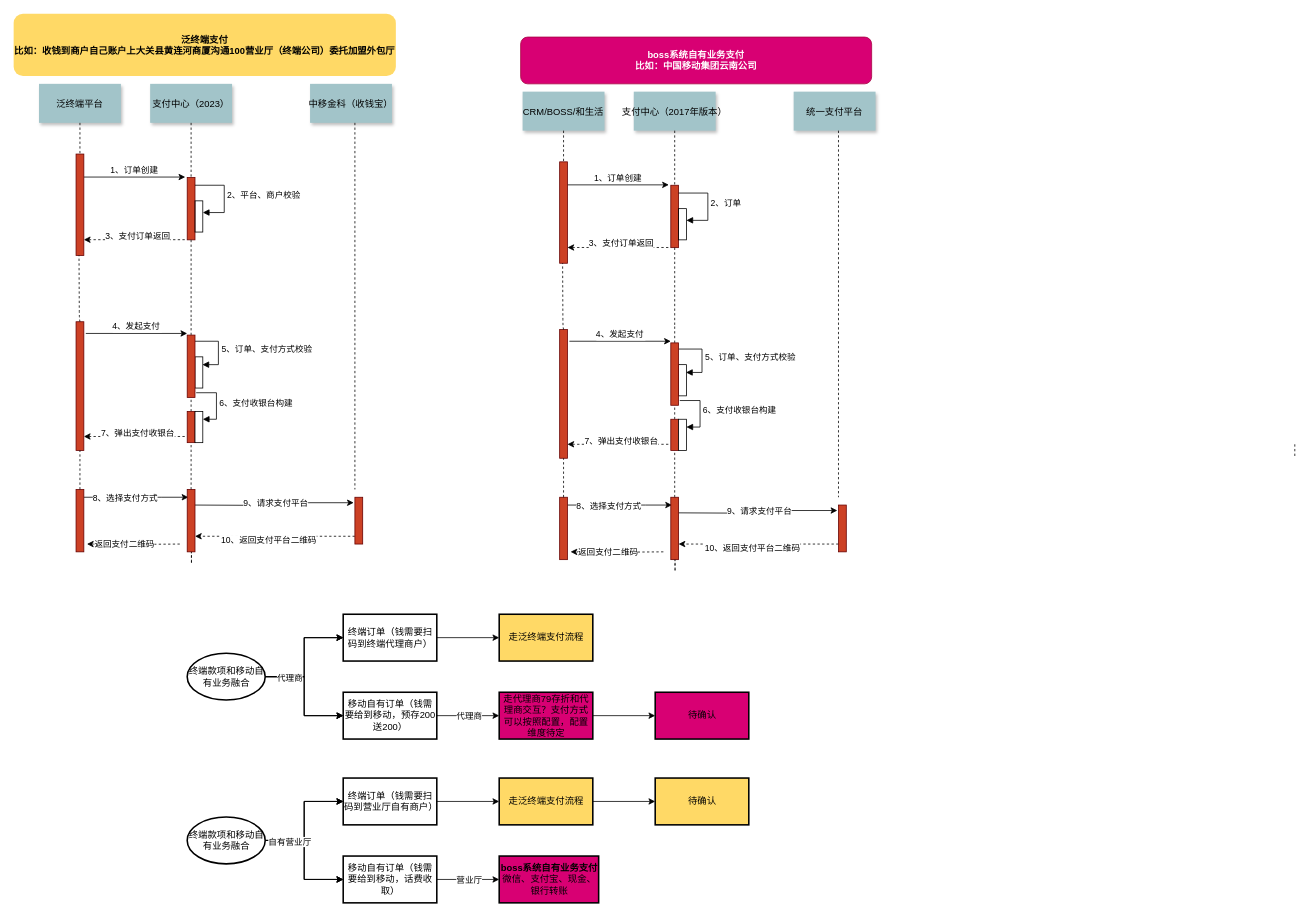
Before: 未命名绘图.drawio in 315944211/doc, a draw.io diagram. Source tidied: cells renumbered, new cells numbered last; positions are measured from the earlier drawing's top-left corner, leaving out a move shared by most shapes. Both pictures are drawn from the tidied source at 78%, with x=0, y=0 at pixel (13, 13).
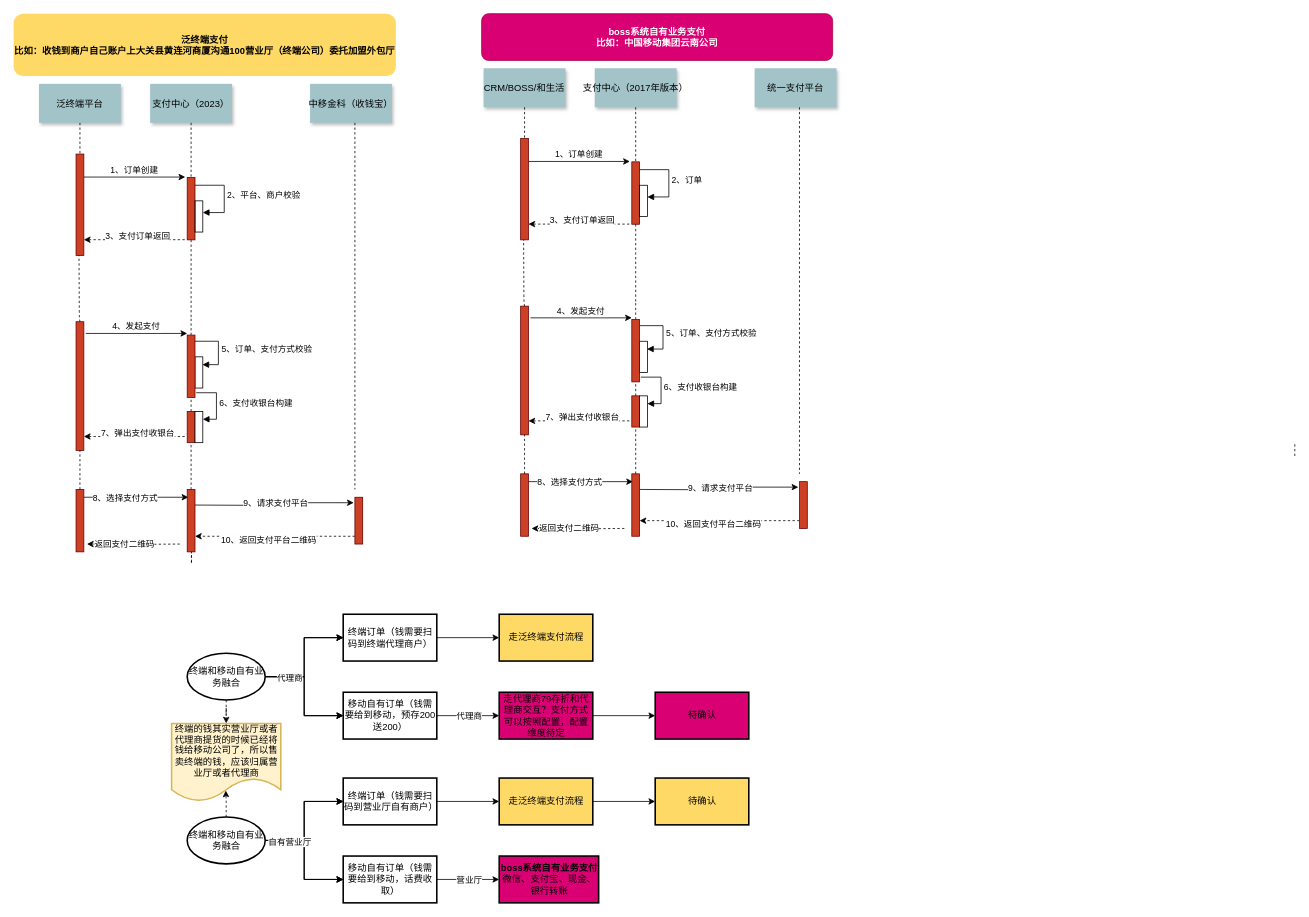
After the change.

Commit message:
更新未命名绘图.drawio

Diff of the diagram source:
```diff
@@
     <mxCell id="44" value="CRM/BOSS/和生活" style="shadow=1;fillColor=#A2C4C9;strokeColor=none;" parent="1" vertex="1">
-      <mxGeometry x="652.5" y="100" width="105" height="50" as="geometry" />
+      <mxGeometry x="602.5" y="70" width="105" height="50" as="geometry" />
     </mxCell>
     <mxCell id="45" style="fillColor=#CC4125;strokeColor=#660000;" parent="1" vertex="1">
-      <mxGeometry x="842.5" y="220" width="10" height="80" as="geometry" />
+      <mxGeometry x="792.5" y="190" width="10" height="80" as="geometry" />
     </mxCell>
     <mxCell id="46" value="支付中心（2017年版本）" style="shadow=1;fillColor=#A2C4C9;strokeColor=none;" parent="1" vertex="1">
-      <mxGeometry x="795" y="100" width="105" height="50" as="geometry" />
+      <mxGeometry x="745" y="70" width="105" height="50" as="geometry" />
     </mxCell>
@@
     <mxCell id="48" value="1、订单创建" style="edgeStyle=none;verticalLabelPosition=top;verticalAlign=bottom;" parent="1" edge="1">
       <mxGeometry x="220" y="92" as="geometry">
-        <mxPoint x="710" y="219.5" as="sourcePoint" />
-        <mxPoint x="840" y="219.5" as="targetPoint" />
+        <mxPoint x="660" y="189.5" as="sourcePoint" />
+        <mxPoint x="790" y="189.5" as="targetPoint" />
       </mxGeometry>
     </mxCell>
     <mxCell id="49" style="edgeStyle=none;verticalLabelPosition=top;verticalAlign=bottom;endArrow=none;startArrow=classic;dashed=1;" parent="1" edge="1">
       <mxGeometry x="220" y="172.3" as="geometry">
-        <mxPoint x="710" y="299.8" as="sourcePoint" />
-        <mxPoint x="840" y="299.8" as="targetPoint" />
+        <mxPoint x="660" y="269.8" as="sourcePoint" />
+        <mxPoint x="790" y="269.8" as="targetPoint" />
       </mxGeometry>
     </mxCell>
@@
     <mxCell id="51" style="edgeStyle=none;endArrow=none;dashed=1;" parent="1" edge="1" source="61">
       <mxGeometry x="376.6" y="339.7" as="geometry">
-        <mxPoint x="847.5" y="400" as="targetPoint" />
+        <mxPoint x="797.5" y="370" as="targetPoint" />
       </mxGeometry>
     </mxCell>
@@
     <mxCell id="53" value="boss系统自有业务支付&#10;比如：中国移动集团云南公司" style="rounded=1;fontStyle=1;fillColor=#D80073;strokeColor=#A50040;fontColor=#ffffff;" parent="1" vertex="1">
-      <mxGeometry x="650" y="30" width="450" height="60" as="geometry" />
+      <mxGeometry x="600" width="450" height="60" as="geometry" />
     </mxCell>
     <mxCell id="54" style="html=1;points=[[0,0,0,0,5],[0,1,0,0,-5],[1,0,0,0,5],[1,1,0,0,-5]];perimeter=orthogonalPerimeter;outlineConnect=0;targetShapes=umlLifeline;portConstraint=eastwest;newEdgeStyle={&quot;curved&quot;:0,&quot;rounded&quot;:0};fillColor=none;" parent="1" vertex="1">
-      <mxGeometry x="852.5" y="250" width="10" height="40" as="geometry" />
+      <mxGeometry x="802.5" y="220" width="10" height="40" as="geometry" />
     </mxCell>
     <mxCell id="55" value="2、订单" style="html=1;align=left;spacingLeft=2;endArrow=block;rounded=0;edgeStyle=orthogonalEdgeStyle;curved=0;rounded=0;" parent="1" edge="1" source="45" target="54">
       <mxGeometry relative="1" as="geometry">
         <Array as="points">
-          <mxPoint x="890" y="230" />
-          <mxPoint x="890" y="265" />
+          <mxPoint x="840" y="200" />
+          <mxPoint x="840" y="235" />
         </Array>
       </mxGeometry>
     </mxCell>
     <mxCell id="56" style="edgeStyle=none;endArrow=none;dashed=1;" parent="1" edge="1" source="45">
       <mxGeometry x="376.6" y="339.7" as="geometry">
-        <mxPoint x="847.5" y="400" as="targetPoint" />
+        <mxPoint x="797.5" y="370" as="targetPoint" />
       </mxGeometry>
     </mxCell>
     <mxCell id="57" value="4、发起支付" style="edgeStyle=none;verticalLabelPosition=top;verticalAlign=bottom;" parent="1" edge="1">
       <mxGeometry as="geometry">
-        <mxPoint x="712.5" y="420" as="sourcePoint" />
-        <mxPoint x="842.5" y="420" as="targetPoint" />
+        <mxPoint x="662.5" y="390" as="sourcePoint" />
+        <mxPoint x="792.5" y="390" as="targetPoint" />
       </mxGeometry>
     </mxCell>
     <mxCell id="58" style="html=1;perimeter=orthogonalPerimeter;targetShapes=umlLifeline;newEdgeStyle={&quot;curved&quot;:0,&quot;rounded&quot;:0};" parent="1" vertex="1">
-      <mxGeometry x="852.5" y="450" width="10" height="40" as="geometry" />
+      <mxGeometry x="802.5" y="420" width="10" height="40" as="geometry" />
     </mxCell>
     <mxCell id="59" value="5、订单、支付方式校验" style="html=1;align=left;spacingLeft=2;endArrow=block;rounded=0;edgeStyle=orthogonalEdgeStyle;curved=0;rounded=0;" parent="1" edge="1">
       <mxGeometry relative="1" as="geometry">
-        <mxPoint x="852.5" y="430" as="sourcePoint" />
-        <mxPoint x="862" y="460" as="targetPoint" />
+        <mxPoint x="802.5" y="400" as="sourcePoint" />
+        <mxPoint x="812" y="430" as="targetPoint" />
         <Array as="points">
-          <mxPoint x="882.5" y="460" />
+          <mxPoint x="832.5" y="430" />
         </Array>
       </mxGeometry>
     </mxCell>
@@
     <mxCell id="61" style="fillColor=#CC4125;strokeColor=#660000;" parent="1" vertex="1">
-      <mxGeometry x="842.5" y="422.1" width="10" height="80" as="geometry" />
+      <mxGeometry x="792.5" y="392.1" width="10" height="80" as="geometry" />
     </mxCell>
@@
     <mxCell id="63" style="fillColor=#CC4125;strokeColor=#660000;" parent="1" vertex="1">
-      <mxGeometry x="842.5" y="520" width="10" height="40" as="geometry" />
+      <mxGeometry x="792.5" y="490" width="10" height="40" as="geometry" />
     </mxCell>
     <mxCell id="64" style="edgeStyle=none;verticalLabelPosition=top;verticalAlign=bottom;endArrow=none;startArrow=classic;dashed=1;" parent="1" edge="1">
       <mxGeometry x="220" y="172.3" as="geometry">
-        <mxPoint x="710" y="552.1" as="sourcePoint" />
-        <mxPoint x="840" y="552.1" as="targetPoint" />
+        <mxPoint x="660" y="522.1" as="sourcePoint" />
+        <mxPoint x="790" y="522.1" as="targetPoint" />
       </mxGeometry>
     </mxCell>
@@
     <mxCell id="66" style="html=1;points=[[0,0,0,0,5],[0,1,0,0,-5],[1,0,0,0,5],[1,1,0,0,-5]];perimeter=orthogonalPerimeter;outlineConnect=0;targetShapes=umlLifeline;portConstraint=eastwest;newEdgeStyle={&quot;curved&quot;:0,&quot;rounded&quot;:0};" parent="1" vertex="1">
-      <mxGeometry x="852.5" y="520" width="10" height="40" as="geometry" />
+      <mxGeometry x="802.5" y="490" width="10" height="40" as="geometry" />
     </mxCell>
     <mxCell id="67" value="6、支付收银台构建" style="html=1;align=left;spacingLeft=2;endArrow=block;rounded=0;edgeStyle=orthogonalEdgeStyle;curved=0;rounded=0;exitX=1.15;exitY=0.924;exitDx=0;exitDy=0;exitPerimeter=0;" parent="1" edge="1" source="61" target="66">
       <mxGeometry relative="1" as="geometry">
         <Array as="points">
-          <mxPoint x="880" y="496" />
-          <mxPoint x="880" y="530" />
+          <mxPoint x="830" y="466" />
+          <mxPoint x="830" y="500" />
         </Array>
       </mxGeometry>
     </mxCell>
@@
     <mxCell id="69" style="fillColor=#CC4125;strokeColor=#660000;" parent="1" vertex="1">
-      <mxGeometry x="700" y="190" width="10" height="130" as="geometry" />
+      <mxGeometry x="650" y="160" width="10" height="130" as="geometry" />
     </mxCell>
     <mxCell id="70" style="fillColor=#CC4125;strokeColor=#660000;" parent="1" vertex="1">
-      <mxGeometry x="700" y="405" width="10" height="165" as="geometry" />
+      <mxGeometry x="650" y="375" width="10" height="165" as="geometry" />
     </mxCell>
     <mxCell id="71" style="edgeStyle=none;endArrow=none;dashed=1;entryX=0.25;entryY=1;entryDx=0;entryDy=0;exitX=0.5;exitY=0;exitDx=0;exitDy=0;" parent="1" edge="1" source="70">
       <mxGeometry x="376.6" y="339.7" as="geometry">
-        <mxPoint x="703.8" y="320" as="targetPoint" />
+        <mxPoint x="653.8" y="290" as="targetPoint" />
         <Array as="points">
-          <mxPoint x="704.2" y="400" />
+          <mxPoint x="654.2" y="370" />
         </Array>
       </mxGeometry>
     </mxCell>
     <mxCell id="72" style="edgeStyle=orthogonalEdgeStyle;rounded=0;jettySize=auto;html=1;entryX=0.15;entryY=0.125;entryDx=0;entryDy=0;entryPerimeter=0;" parent="1" edge="1" source="74" target="81">
       <mxGeometry relative="1" as="geometry">
         <Array as="points">
-          <mxPoint x="810" y="630" />
-          <mxPoint x="810" y="630" />
+          <mxPoint x="760" y="600" />
+          <mxPoint x="760" y="600" />
         </Array>
       </mxGeometry>
     </mxCell>
@@
     <mxCell id="74" style="fillColor=#CC4125;strokeColor=#660000;" parent="1" vertex="1">
-      <mxGeometry x="700" y="620" width="10" height="80" as="geometry" />
+      <mxGeometry x="650" y="590" width="10" height="80" as="geometry" />
     </mxCell>
     <mxCell id="75" style="edgeStyle=none;endArrow=none;dashed=1;entryX=0.5;entryY=1;entryDx=0;entryDy=0;" parent="1" edge="1" target="70">
       <mxGeometry x="376.6" y="339.7" as="geometry">
-        <mxPoint x="705" y="620" as="sourcePoint" />
+        <mxPoint x="655" y="590" as="sourcePoint" />
         <Array as="points">
-          <mxPoint x="705" y="620" />
+          <mxPoint x="655" y="590" />
         </Array>
       </mxGeometry>
     </mxCell>
-    <mxCell id="76" style="edgeStyle=none;endArrow=none;dashed=1;" parent="1" edge="1" target="81">
-      <mxGeometry x="376.6" y="339.7" as="geometry">
-        <mxPoint x="847.8" y="620" as="sourcePoint" />
-        <Array as="points">
-          <mxPoint x="848" y="720" />
-        </Array>
-      </mxGeometry>
-    </mxCell>
     <mxCell id="77" style="edgeStyle=orthogonalEdgeStyle;rounded=0;jettySize=auto;html=1;entryX=-0.15;entryY=0.117;entryDx=0;entryDy=0;entryPerimeter=0;" parent="1" edge="1" target="84">
       <mxGeometry relative="1" as="geometry">
-        <mxPoint x="852.5" y="640" as="sourcePoint" />
+        <mxPoint x="802.5" y="610" as="sourcePoint" />
       </mxGeometry>
     </mxCell>
@@
     <mxCell id="79" style="edgeStyle=orthogonalEdgeStyle;rounded=0;jettySize=auto;html=1;dashed=1;entryX=1.4;entryY=0.875;entryDx=0;entryDy=0;entryPerimeter=0;" parent="1" edge="1" target="74">
       <mxGeometry relative="1" as="geometry">
-        <mxPoint x="833" y="690" as="sourcePoint" />
+        <mxPoint x="783" y="660" as="sourcePoint" />
       </mxGeometry>
     </mxCell>
@@
     <mxCell id="81" style="fillColor=#CC4125;strokeColor=#660000;" parent="1" vertex="1">
-      <mxGeometry x="842.5" y="620" width="10" height="80" as="geometry" />
+      <mxGeometry x="792.5" y="590" width="10" height="80" as="geometry" />
     </mxCell>
     <mxCell id="82" style="edgeStyle=orthogonalEdgeStyle;rounded=0;jettySize=auto;html=1;dashed=1;entryX=1;entryY=0.75;entryDx=0;entryDy=0;" parent="1" edge="1" source="84" target="81">
       <mxGeometry relative="1" as="geometry">
         <Array as="points">
-          <mxPoint x="990" y="680" />
-          <mxPoint x="990" y="680" />
+          <mxPoint x="940" y="650" />
+          <mxPoint x="940" y="650" />
         </Array>
       </mxGeometry>
     </mxCell>
@@
     <mxCell id="84" style="fillColor=#CC4125;strokeColor=#660000;" parent="1" vertex="1">
-      <mxGeometry x="1057.5" y="630" width="10" height="60" as="geometry" />
+      <mxGeometry x="1007.5" y="600" width="10" height="60" as="geometry" />
     </mxCell>
     <mxCell id="85" value="统一支付平台" style="shadow=1;fillColor=#A2C4C9;strokeColor=none;" parent="1" vertex="1">
-      <mxGeometry x="1000" y="100" width="105" height="50" as="geometry" />
+      <mxGeometry x="950" y="70" width="105" height="50" as="geometry" />
     </mxCell>
     <mxCell id="86" style="edgeStyle=none;endArrow=none;dashed=1;" parent="1" edge="1">
       <mxGeometry x="376.6" y="339.7" as="geometry">
-        <mxPoint x="1057.5" y="150" as="sourcePoint" />
-        <mxPoint x="1057.5" y="620" as="targetPoint" />
+        <mxPoint x="1007.5" y="120" as="sourcePoint" />
+        <mxPoint x="1007.5" y="590" as="targetPoint" />
       </mxGeometry>
     </mxCell>
@@
+    <mxCell id="121" style="edgeStyle=orthogonalEdgeStyle;rounded=0;jettySize=auto;html=1;dashed=1;" parent="1" edge="1" source="94" target="123">
+      <mxGeometry relative="1" as="geometry" />
+    </mxCell>
-    <mxCell id="94" value="终端款项和移动自有业务融合" style="strokeWidth=2;html=1;shape=mxgraph.flowchart.start_1;whiteSpace=wrap;" parent="1" vertex="1">
+    <mxCell id="94" value="终端和移动自有业务融合" style="strokeWidth=2;html=1;shape=mxgraph.flowchart.start_1;whiteSpace=wrap;" parent="1" vertex="1">
       <mxGeometry x="222.5" y="820" width="100" height="60" as="geometry" />
     </mxCell>
@@
+    <mxCell id="122" style="edgeStyle=orthogonalEdgeStyle;rounded=0;jettySize=auto;html=1;dashed=1;entryX=0.496;entryY=0.86;entryDx=0;entryDy=0;entryPerimeter=0;" parent="1" edge="1" source="110" target="123">
+      <mxGeometry relative="1" as="geometry" />
+    </mxCell>
-    <mxCell id="110" value="终端款项和移动自有业务融合" style="strokeWidth=2;html=1;shape=mxgraph.flowchart.start_1;whiteSpace=wrap;" parent="1" vertex="1">
+    <mxCell id="110" value="终端和移动自有业务融合" style="strokeWidth=2;html=1;shape=mxgraph.flowchart.start_1;whiteSpace=wrap;" parent="1" vertex="1">
       <mxGeometry x="222.5" y="1030" width="100" height="60" as="geometry" />
     </mxCell>
@@
+    <mxCell id="123" value="终端的钱其实营业厅或者代理商提货的时候已经将钱给移动公司了，所以售卖终端的钱，应该归属营业厅或者代理商" style="shape=document;whiteSpace=wrap;html=1;boundedLbl=1;strokeWidth=2;size=0.3;fillColor=#fff2cc;strokeColor=#d6b656;" parent="1" vertex="1">
+      <mxGeometry x="202.5" y="910" width="140" height="100" as="geometry" />
+    </mxCell>
```
